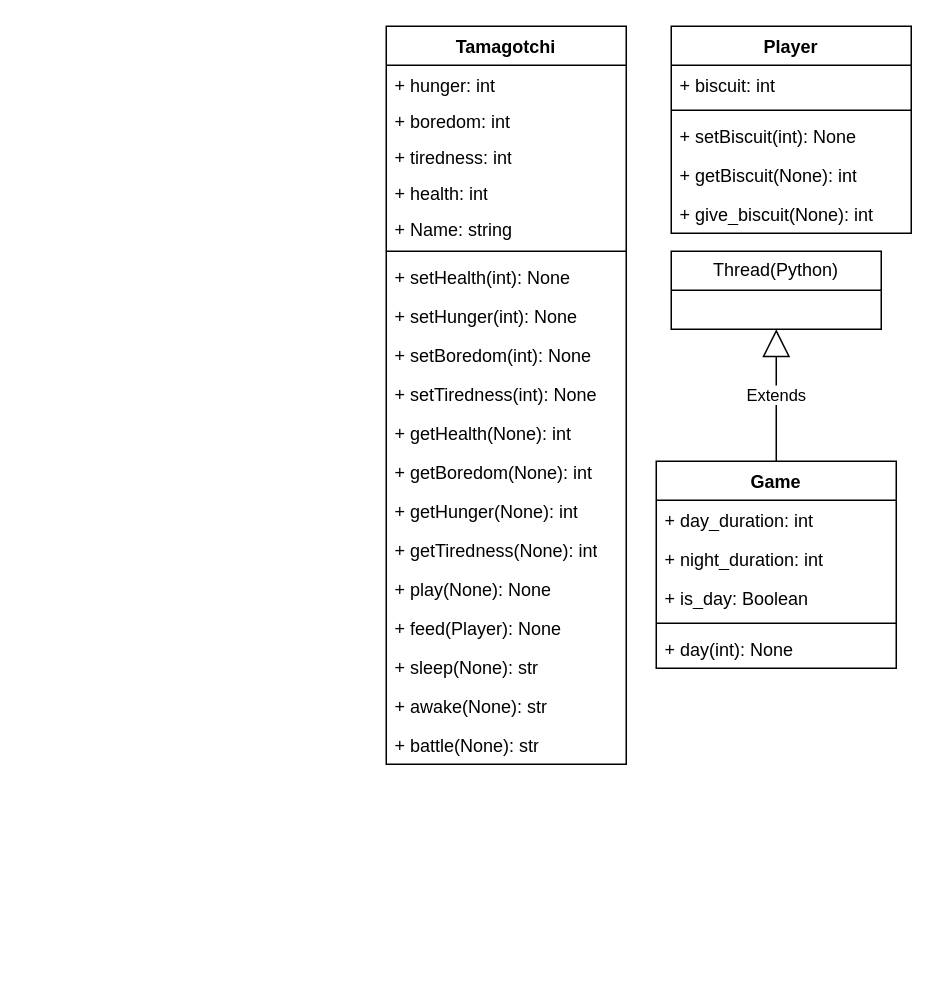
Cavernos/Tamagotchi-Project keeps this draw.io diagram as class diagram.drawio. Above is the earlier version. Source tidied: cells renumbered, new cells numbered last; positions are measured from the earlier drawing's top-left corner, leaving out a move shared by most shapes. Both pictures are drawn from the tidied source at 150%, with x=0, y=0 at pixel (386, 26).
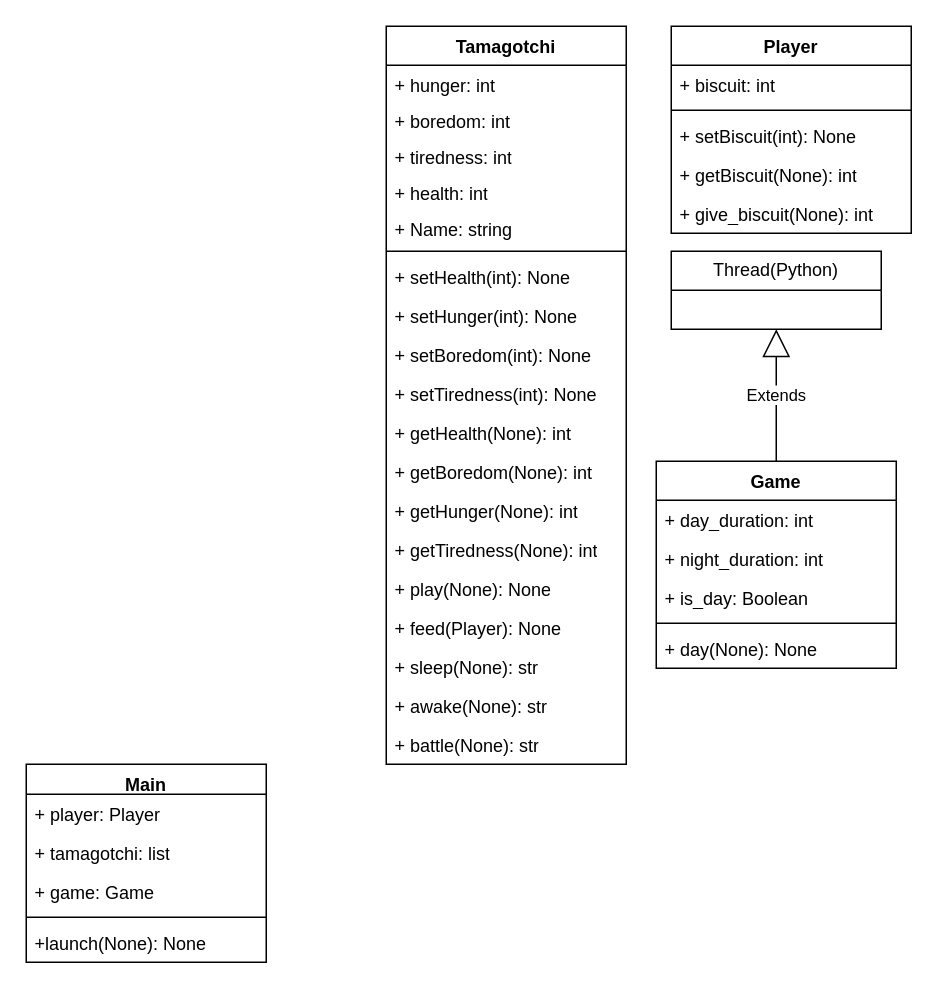
After the change.

The change refers to these unchanged cells:
```xml
<mxCell id="28" value="Game" style="swimlane;fontStyle=1;align=center;verticalAlign=top;horizontal=1;startSize=26;whiteSpace=wrap;html=1;" parent="1" vertex="1">
  <mxGeometry x="180" y="290" width="160" height="138" as="geometry" />
</mxCell>
```

Change to the diagram source:
```diff
@@
-    <mxCell id="33" value="+ day(int): None" style="text;strokeColor=none;fillColor=none;align=left;verticalAlign=top;spacingLeft=4;spacingRight=4;overflow=hidden;whiteSpace=wrap;html=1;" parent="28" vertex="1">
+    <mxCell id="33" value="+ day(None): None" style="text;strokeColor=none;fillColor=none;align=left;verticalAlign=top;spacingLeft=4;spacingRight=4;overflow=hidden;whiteSpace=wrap;html=1;" parent="28" vertex="1">
       <mxGeometry y="112" width="160" height="26" as="geometry" />
     </mxCell>
@@
+    <mxCell id="36" value="Main&lt;div&gt;&lt;br&gt;&lt;/div&gt;" style="swimlane;fontStyle=1;align=center;verticalAlign=top;horizontal=1;startSize=20;whiteSpace=wrap;html=1;" parent="1" vertex="1">
+      <mxGeometry x="-240" y="492" width="160" height="132" as="geometry" />
+    </mxCell>
+    <mxCell id="37" value="+ player: Player" style="text;strokeColor=none;fillColor=none;align=left;verticalAlign=top;spacingLeft=4;spacingRight=4;overflow=hidden;whiteSpace=wrap;html=1;" parent="36" vertex="1">
+      <mxGeometry y="20" width="160" height="26" as="geometry" />
+    </mxCell>
+    <mxCell id="38" value="+ tamagotchi: list" style="text;strokeColor=none;fillColor=none;align=left;verticalAlign=top;spacingLeft=4;spacingRight=4;overflow=hidden;whiteSpace=wrap;html=1;" parent="36" vertex="1">
+      <mxGeometry y="46" width="160" height="26" as="geometry" />
+    </mxCell>
+    <mxCell id="39" value="+ game: Game" style="text;strokeColor=none;fillColor=none;align=left;verticalAlign=top;spacingLeft=4;spacingRight=4;overflow=hidden;whiteSpace=wrap;html=1;" parent="36" vertex="1">
+      <mxGeometry y="72" width="160" height="26" as="geometry" />
+    </mxCell>
+    <mxCell id="40" style="line;strokeWidth=1;fillColor=none;align=left;verticalAlign=middle;spacingTop=-1;spacingLeft=3;spacingRight=3;labelPosition=right;strokeColor=inherit;" parent="36" vertex="1">
+      <mxGeometry y="98" width="160" height="8" as="geometry" />
+    </mxCell>
+    <mxCell id="41" value="+launch(None): None" style="text;strokeColor=none;fillColor=none;align=left;verticalAlign=top;spacingLeft=4;spacingRight=4;overflow=hidden;whiteSpace=wrap;html=1;" parent="36" vertex="1">
+      <mxGeometry y="106" width="160" height="26" as="geometry" />
+    </mxCell>
```
